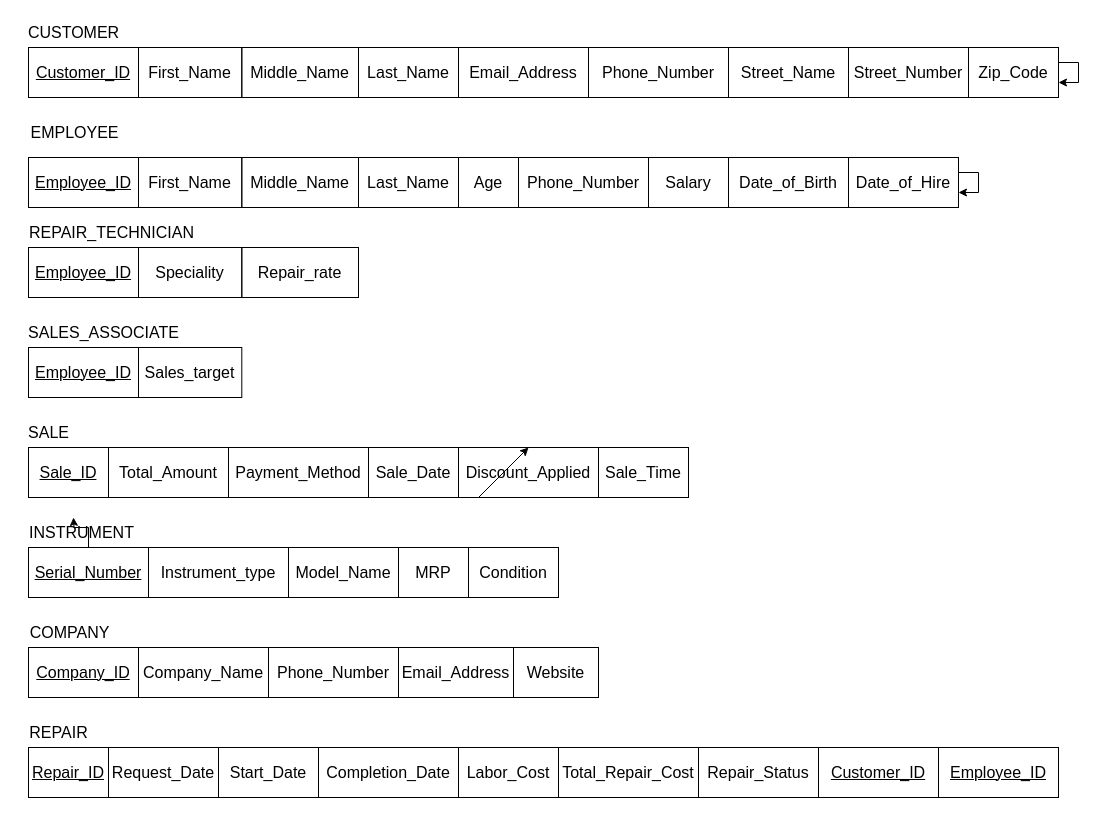
Above: MusicStoreRelationalSchema.drawio in Tangerinn/newRepo (draw.io), before the change. Source tidied: cells renumbered, new cells numbered last; positions are measured from the earlier drawing's top-left corner, leaving out a move shared by most shapes. Both pictures are drawn from the tidied source at 100%, with x=0, y=0 at pixel (16, 17).
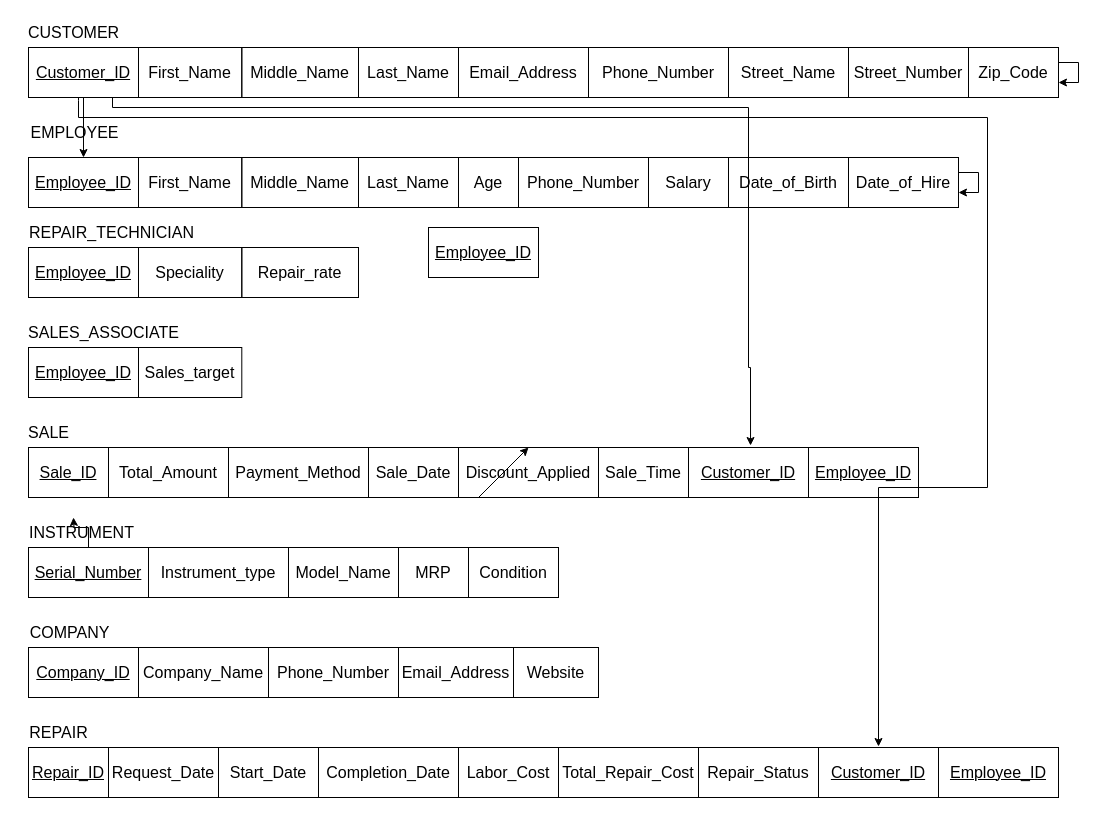
The same page after the edit.

The change refers to these unchanged cells:
```xml
<mxCell id="4" value="&lt;u&gt;&lt;font style=&quot;font-size: 16px;&quot;&gt;Customer_ID&lt;/font&gt;&lt;/u&gt;" style="whiteSpace=wrap;html=1;align=center;fillColor=none;fontColor=light-dark(#000000,#000000);labelBorderColor=none;strokeColor=light-dark(#000000,#000000);" parent="3" vertex="1">
  <mxGeometry width="110" height="50" as="geometry" />
</mxCell>
<mxCell id="14" style="group;" parent="1" vertex="1">
  <mxGeometry x="12" y="230" width="930" height="50" as="geometry" />
</mxCell>
<mxCell id="56" value="&lt;u&gt;&lt;font style=&quot;font-size: 16px;&quot;&gt;Customer_ID&lt;/font&gt;&lt;/u&gt;" style="whiteSpace=wrap;html=1;align=center;fillColor=none;fontColor=light-dark(#000000,#000000);labelBorderColor=none;strokeColor=light-dark(#000000,#000000);" parent="1" vertex="1">
  <mxGeometry x="802" y="730" width="120" height="50" as="geometry" />
</mxCell>
<mxCell id="60" value="&lt;u&gt;&lt;font style=&quot;font-size: 16px;&quot;&gt;Employee_ID&lt;/font&gt;&lt;/u&gt;" style="whiteSpace=wrap;html=1;align=center;fillColor=none;fontColor=light-dark(#000000,#000000);labelBorderColor=none;strokeColor=light-dark(#000000,#000000);" parent="59" vertex="1">
  <mxGeometry width="110" height="50" as="geometry" />
</mxCell>
```

Diff of the diagram source:
```diff
@@
+    <mxCell id="70" value="&lt;u&gt;&lt;font style=&quot;font-size: 16px;&quot;&gt;Employee_ID&lt;/font&gt;&lt;/u&gt;" style="whiteSpace=wrap;html=1;align=center;fillColor=none;fontColor=light-dark(#000000,#000000);labelBorderColor=none;strokeColor=light-dark(#000000,#000000);" parent="14" vertex="1">
+      <mxGeometry x="400" y="-20" width="110" height="50" as="geometry" />
+    </mxCell>
@@
+    <mxCell id="71" style="edgeStyle=orthogonalEdgeStyle;rounded=0;jettySize=auto;html=1;strokeColor=light-dark(#000000,#000000);entryX=0.5;entryY=-0.02;entryDx=0;entryDy=0;entryPerimeter=0;" parent="1" edge="1" target="56">
+      <mxGeometry relative="1" as="geometry">
+        <mxPoint x="62" y="80" as="sourcePoint" />
+        <Array as="points">
+          <mxPoint x="62" y="83" />
+          <mxPoint x="62" y="100" />
+          <mxPoint x="971" y="100" />
+          <mxPoint x="971" y="470" />
+          <mxPoint x="862" y="470" />
+        </Array>
+      </mxGeometry>
+    </mxCell>
@@
+    <mxCell id="72" style="edgeStyle=orthogonalEdgeStyle;rounded=0;jettySize=auto;html=1;strokeColor=light-dark(#000000,#000000);exitX=0.764;exitY=1.06;exitDx=0;exitDy=0;exitPerimeter=0;entryX=0.517;entryY=-0.04;entryDx=0;entryDy=0;entryPerimeter=0;" parent="1" edge="1" target="73">
+      <mxGeometry relative="1" as="geometry">
+        <mxPoint x="96" y="80" as="sourcePoint" />
+        <Array as="points">
+          <mxPoint x="96" y="90" />
+          <mxPoint x="732" y="90" />
+          <mxPoint x="732" y="350" />
+          <mxPoint x="734" y="350" />
+        </Array>
+      </mxGeometry>
+    </mxCell>
+    <mxCell id="73" value="&lt;u&gt;&lt;font style=&quot;font-size: 16px;&quot;&gt;Customer_ID&lt;/font&gt;&lt;/u&gt;" style="whiteSpace=wrap;html=1;align=center;fillColor=none;fontColor=light-dark(#000000,#000000);labelBorderColor=none;strokeColor=light-dark(#000000,#000000);" parent="1" vertex="1">
+      <mxGeometry x="672" y="430" width="120" height="50" as="geometry" />
+    </mxCell>
+    <mxCell id="74" style="edgeStyle=orthogonalEdgeStyle;rounded=0;jettySize=auto;html=1;" parent="1" edge="1" source="4" target="60">
+      <mxGeometry relative="1" as="geometry" />
+    </mxCell>
+    <mxCell id="75" value="&lt;u&gt;&lt;font style=&quot;font-size: 16px;&quot;&gt;Employee_ID&lt;/font&gt;&lt;/u&gt;" style="whiteSpace=wrap;html=1;align=center;fillColor=none;fontColor=light-dark(#000000,#000000);labelBorderColor=none;strokeColor=light-dark(#000000,#000000);" parent="1" vertex="1">
+      <mxGeometry x="792" y="430" width="110" height="50" as="geometry" />
+    </mxCell>
```
